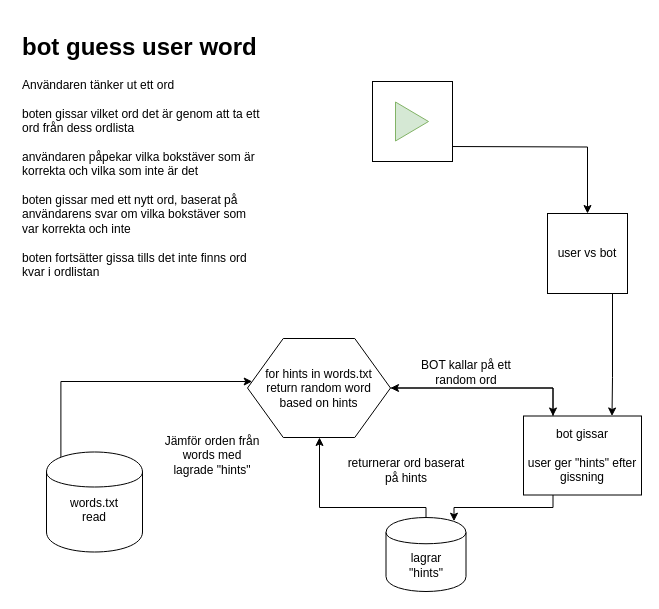
Earlier version of the draw.io diagram page "Page-1" (1 of 2) of Ordspelet.drawio (oscillate123/python-course-word-game). Source tidied: cells renumbered, new cells numbered last; positions are measured from the earlier drawing's top-left corner, leaving out a move shared by most shapes. Both pictures are drawn from the tidied source at 100%, with x=0, y=0 at pixel (17, 27).
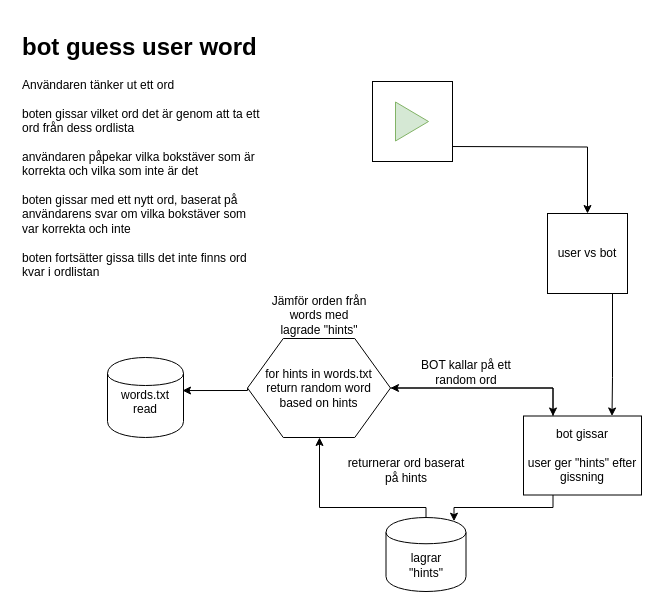
The same diagram, later.

Unchanged cells that the change refers to:
```xml
<mxCell id="12" value="for hints in words.txt&lt;br&gt;&lt;div&gt;return random word&lt;br&gt;based on hints&lt;br&gt;&lt;/div&gt;" style="shape=hexagon;perimeter=hexagonPerimeter2;whiteSpace=wrap;html=1;" parent="1" vertex="1">
  <mxGeometry x="230" y="311" width="143" height="99" as="geometry" />
</mxCell>
```

The edit, as a diff of the source:
```diff
@@
-    <mxCell id="4" style="edgeStyle=orthogonalEdgeStyle;rounded=0;jettySize=auto;html=1;exitX=0.15;exitY=0.95;exitDx=0;exitDy=0;exitPerimeter=0;" parent="1" edge="1" source="5" target="12">
-      <mxGeometry relative="1" as="geometry">
-        <Array as="points">
-          <mxPoint x="263" y="354" />
-        </Array>
-      </mxGeometry>
-    </mxCell>
     <mxCell id="5" value="&lt;div&gt;words.txt&lt;br&gt;read&lt;/div&gt;&lt;div&gt;&lt;br&gt;&lt;/div&gt;" style="shape=cylinder;whiteSpace=wrap;html=1;boundedLbl=1;backgroundOutline=1;" parent="1" vertex="1">
-      <mxGeometry x="29" y="424.5" width="96" height="100" as="geometry" />
+      <mxGeometry x="90" y="330" width="76" height="80" as="geometry" />
     </mxCell>
@@
+    <mxCell id="20" style="edgeStyle=orthogonalEdgeStyle;rounded=0;jettySize=auto;html=1;exitX=0;exitY=0.5;exitDx=0;exitDy=0;entryX=0.987;entryY=0.413;entryDx=0;entryDy=0;entryPerimeter=0;" parent="1" edge="1" source="12" target="5">
+      <mxGeometry relative="1" as="geometry">
+        <Array as="points">
+          <mxPoint x="230" y="363" />
+        </Array>
+      </mxGeometry>
+    </mxCell>
@@
     <mxCell id="18" value="Jämför orden från words med &lt;br&gt;lagrade &quot;hints&quot;" style="text;html=1;strokeColor=none;fillColor=none;align=center;verticalAlign=middle;whiteSpace=wrap;rounded=0;" parent="1" vertex="1">
-      <mxGeometry x="130" y="410" width="130" height="36" as="geometry" />
+      <mxGeometry x="236.5" y="270" width="130" height="36" as="geometry" />
     </mxCell>
```
